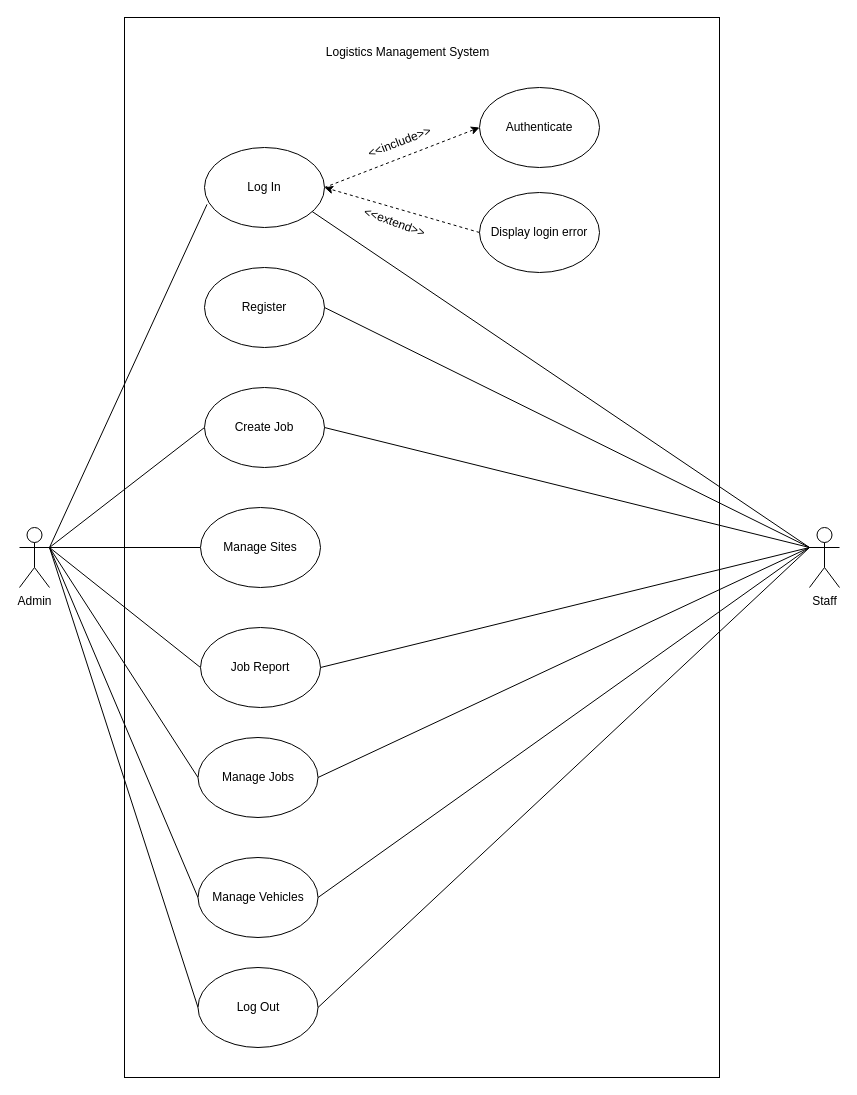
This is project-root/docs/usecase.drawio from quietpanda284/logistics_app, a draw.io file, before an edit. Source tidied: cells renumbered, new cells numbered last; positions are measured from the earlier drawing's top-left corner, leaving out a move shared by most shapes. Both pictures are drawn from the tidied source at 100%, with x=0, y=0 at pixel (19, 17).
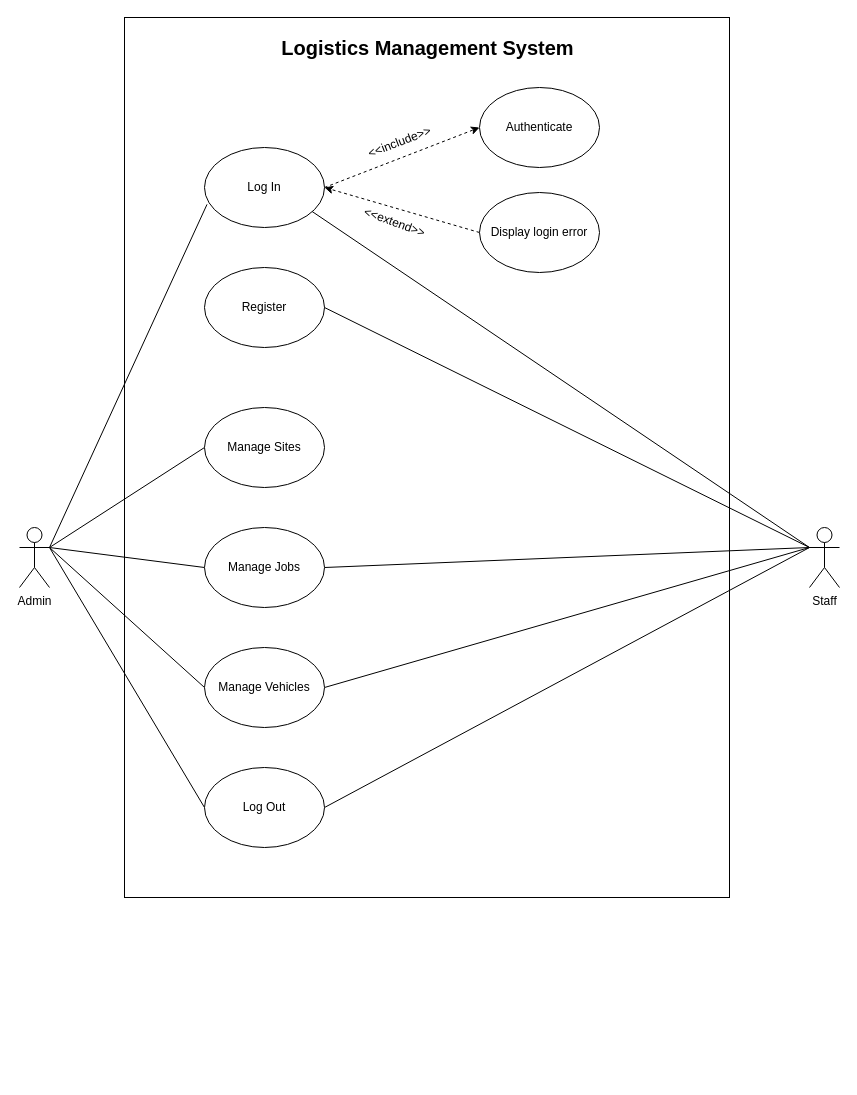
The same page after the edit.

The change refers to these unchanged cells:
```xml
<mxCell id="9" value="Admin" style="shape=umlActor;verticalLabelPosition=bottom;verticalAlign=top;html=1;outlineConnect=0;" parent="1" vertex="1">
  <mxGeometry y="510" width="30" height="60" as="geometry" />
</mxCell>
<mxCell id="19" value="Staff" style="shape=umlActor;verticalLabelPosition=bottom;verticalAlign=top;html=1;outlineConnect=0;" parent="1" vertex="1">
  <mxGeometry x="790" y="510" width="30" height="60" as="geometry" />
</mxCell>
```

The edit, as a diff of the source:
```diff
@@
     <mxCell id="2" style="rounded=0;whiteSpace=wrap;html=1;" parent="1" vertex="1">
-      <mxGeometry x="105" width="595" height="1060" as="geometry" />
+      <mxGeometry x="105" width="605" height="880" as="geometry" />
     </mxCell>
-    <mxCell id="3" style="edgeStyle=none;html=1;exitX=1;exitY=0.3333333333333333;exitDx=0;exitDy=0;exitPerimeter=0;entryX=0;entryY=0.5;entryDx=0;entryDy=0;endArrow=none;endFill=0;" parent="1" edge="1" source="9" target="11">
-      <mxGeometry relative="1" as="geometry" />
-    </mxCell>
@@
-    <mxCell id="5" style="edgeStyle=none;html=1;exitX=1;exitY=0.3333333333333333;exitDx=0;exitDy=0;exitPerimeter=0;entryX=0;entryY=0.5;entryDx=0;entryDy=0;endArrow=none;endFill=0;" parent="1" edge="1" source="9" target="30">
-      <mxGeometry relative="1" as="geometry" />
-    </mxCell>
@@
-    <mxCell id="11" value="Create Job" style="ellipse;whiteSpace=wrap;html=1;" parent="1" vertex="1">
-      <mxGeometry x="185" y="370" width="120" height="80" as="geometry" />
-    </mxCell>
@@
-    <mxCell id="14" style="edgeStyle=none;html=1;entryX=1;entryY=0.5;entryDx=0;entryDy=0;endArrow=none;endFill=0;exitX=0;exitY=0.3333333333333333;exitDx=0;exitDy=0;exitPerimeter=0;" parent="1" edge="1" source="19" target="11">
-      <mxGeometry relative="1" as="geometry" />
-    </mxCell>
-    <mxCell id="15" style="edgeStyle=none;html=1;entryX=1;entryY=0.5;entryDx=0;entryDy=0;endArrow=none;endFill=0;exitX=0;exitY=0.3333333333333333;exitDx=0;exitDy=0;exitPerimeter=0;" parent="1" edge="1" source="19" target="30">
-      <mxGeometry relative="1" as="geometry" />
-    </mxCell>
@@
     <mxCell id="28" value="Manage Sites" style="ellipse;whiteSpace=wrap;html=1;" parent="1" vertex="1">
-      <mxGeometry x="181" y="490" width="120" height="80" as="geometry" />
+      <mxGeometry x="185" y="390" width="120" height="80" as="geometry" />
     </mxCell>
-    <mxCell id="29" value="Logistics Management System" style="text;html=1;align=center;verticalAlign=middle;strokeColor=none;fillColor=none;" parent="1" vertex="1">
-      <mxGeometry x="292.5" y="20" width="190" height="30" as="geometry" />
+    <mxCell id="29" value="Logistics Management System" style="text;html=1;align=center;verticalAlign=middle;strokeColor=none;fillColor=none;fontSize=20;fontStyle=1;" parent="1" vertex="1">
+      <mxGeometry x="257.5" y="10" width="300" height="40" as="geometry" />
     </mxCell>
-    <mxCell id="30" value="Job Report" style="ellipse;whiteSpace=wrap;html=1;" parent="1" vertex="1">
-      <mxGeometry x="181" y="610" width="120" height="80" as="geometry" />
-    </mxCell>
     <mxCell id="31" value="Manage Jobs" style="ellipse;whiteSpace=wrap;html=1;" parent="1" vertex="1">
-      <mxGeometry x="178.5" y="720" width="120" height="80" as="geometry" />
+      <mxGeometry x="185" y="510" width="120" height="80" as="geometry" />
     </mxCell>
     <mxCell id="32" value="Log Out" style="ellipse;whiteSpace=wrap;html=1;" parent="1" vertex="1">
-      <mxGeometry x="178.5" y="950" width="120" height="80" as="geometry" />
+      <mxGeometry x="185" y="750" width="120" height="80" as="geometry" />
     </mxCell>
     <mxCell id="33" value="Manage Vehicles" style="ellipse;whiteSpace=wrap;html=1;" parent="1" vertex="1">
-      <mxGeometry x="178.5" y="840" width="120" height="80" as="geometry" />
+      <mxGeometry x="185" y="630" width="120" height="80" as="geometry" />
     </mxCell>
```
